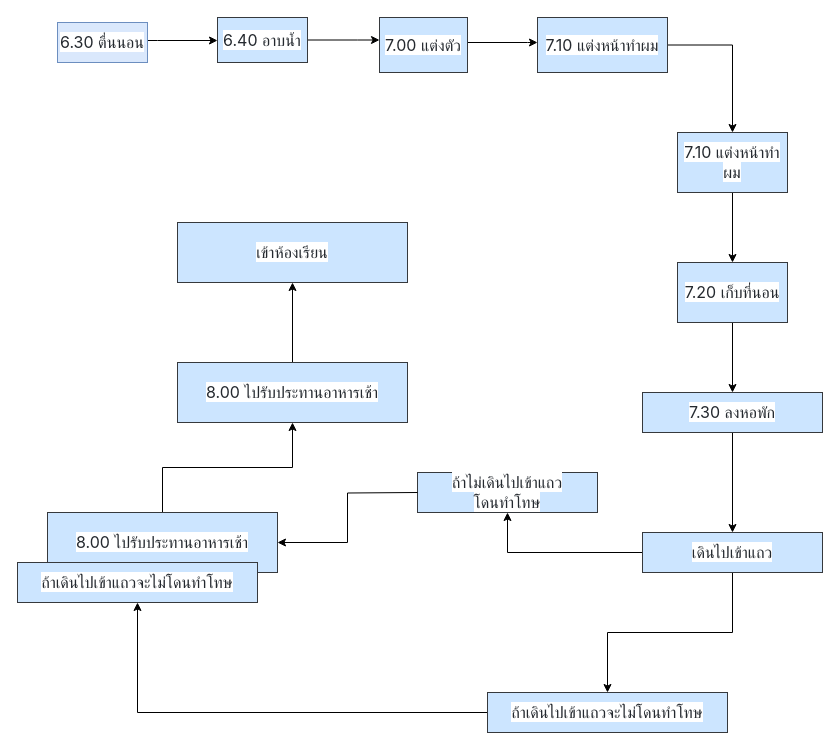
sudaratchunoi/--- keeps this draw.io diagram as แบบแผนที่ยังไม่ได้ตั้งชื่อ.drawio. Above is the earlier version. Source tidied: cells renumbered, new cells numbered last; positions are measured from the earlier drawing's top-left corner, leaving out a move shared by most shapes. Both pictures are drawn from the tidied source at 100%, with x=0, y=0 at pixel (17, 17).
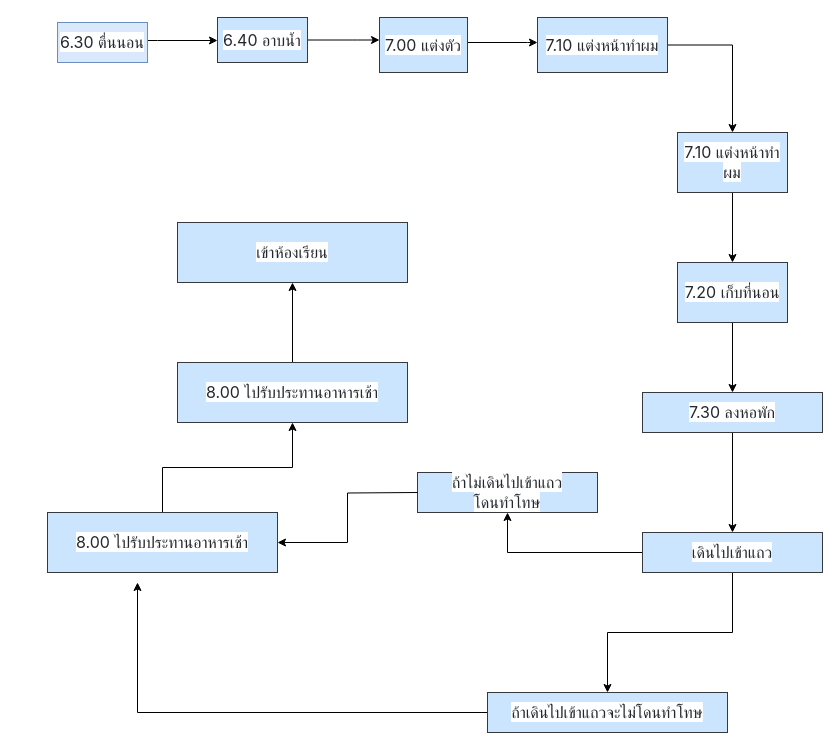
The same page after the edit.

The change refers to these unchanged cells:
```xml
<mxCell id="25" value="&lt;div style=&quot;text-align: start;&quot;&gt;&lt;font face=&quot;-apple-system, BlinkMacSystemFont, Segoe UI, Noto Sans, Helvetica, Arial, sans-serif, Apple Color Emoji, Segoe UI Emoji&quot; color=&quot;#24292f&quot;&gt;&lt;span style=&quot;font-size: 16px; background-color: rgb(255, 255, 255);&quot;&gt;ถ้าเดินไปเข้าแถวจะไม่โดนทำโทษ&lt;/span&gt;&lt;/font&gt;&lt;/div&gt;" style="rounded=0;whiteSpace=wrap;html=1;fillColor=#cce5ff;strokeColor=#36393d;" parent="1" vertex="1">
  <mxGeometry x="470" y="675" width="240" height="40" as="geometry" />
</mxCell>
```

What changed in the source:
```diff
@@
-    <mxCell id="24" style="edgeStyle=orthogonalEdgeStyle;rounded=0;jettySize=auto;html=1;" parent="1" edge="1" source="25" target="28">
-      <mxGeometry relative="1" as="geometry" />
+    <mxCell id="24" style="edgeStyle=orthogonalEdgeStyle;rounded=0;jettySize=auto;html=1;" parent="1" edge="1" source="25">
+      <mxGeometry relative="1" as="geometry">
+        <mxPoint x="120" y="565" as="targetPoint" />
+        <Array as="points">
+          <mxPoint x="120" y="695" />
+        </Array>
+      </mxGeometry>
     </mxCell>
@@
-    <mxCell id="28" value="&lt;div style=&quot;text-align: start;&quot;&gt;&lt;font face=&quot;-apple-system, BlinkMacSystemFont, Segoe UI, Noto Sans, Helvetica, Arial, sans-serif, Apple Color Emoji, Segoe UI Emoji&quot; color=&quot;#24292f&quot;&gt;&lt;span style=&quot;font-size: 16px; background-color: rgb(255, 255, 255);&quot;&gt;ถ้าเดินไปเข้าแถวจะไม่โดนทำโทษ&lt;/span&gt;&lt;/font&gt;&lt;/div&gt;" style="rounded=0;whiteSpace=wrap;html=1;fillColor=#cce5ff;strokeColor=#36393d;" parent="1" vertex="1">
-      <mxGeometry y="545" width="240" height="40" as="geometry" />
-    </mxCell>
```
